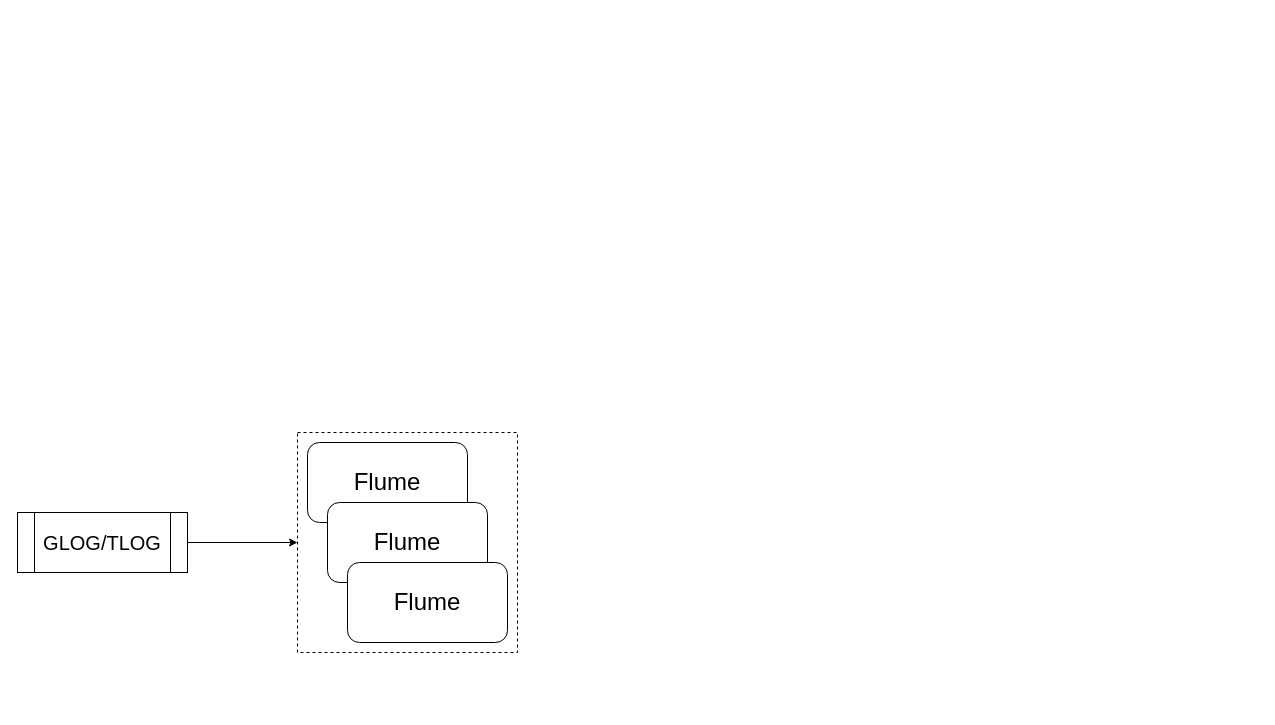
This is map/Real-Time-Data-Split.drawio from imperio-wxm/draw, a draw.io file, before an edit. Source tidied: cells renumbered, new cells numbered last; positions are measured from the earlier drawing's top-left corner, leaving out a move shared by most shapes. Both pictures are drawn from the tidied source at 100%, with x=0, y=0 at pixel (17, 432).
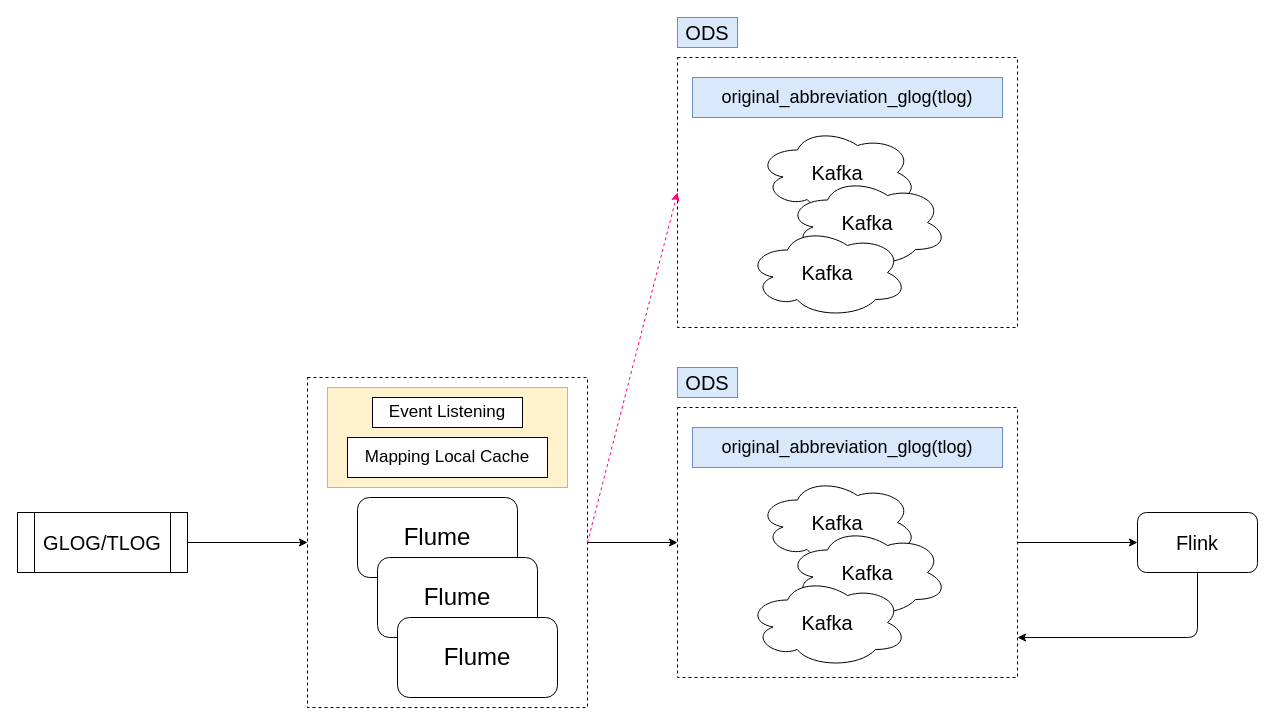
The same page after the edit.

The edit, as a diff of the source:
```diff
@@
-    <mxCell id="2" style="group;" parent="1" vertex="1">
-      <mxGeometry x="280" width="220" height="220" as="geometry" />
-    </mxCell>
+    <mxCell id="6" style="rounded=0;whiteSpace=wrap;html=1;fillColor=none;dashed=1;" parent="1" vertex="1">
+      <mxGeometry x="290" y="-55" width="280" height="330" as="geometry" />
+    </mxCell>
+    <mxCell id="7" value="&lt;font style=&quot;font-size: 20px&quot;&gt;GLOG/TLOG&lt;/font&gt;" style="shape=process;whiteSpace=wrap;html=1;backgroundOutline=1;fillColor=#ffffff;" parent="1" vertex="1">
+      <mxGeometry y="80" width="170" height="60" as="geometry" />
+    </mxCell>
+    <mxCell id="8" style="endArrow=classic;html=1;exitX=1;exitY=0.5;exitDx=0;exitDy=0;entryX=0;entryY=0.5;entryDx=0;entryDy=0;" parent="1" edge="1" source="7" target="6">
+      <mxGeometry relative="1" as="geometry" />
+    </mxCell>
+    <mxCell id="9" style="group;" parent="1" vertex="1">
+      <mxGeometry x="310" y="-45" width="240" height="100" as="geometry" />
+    </mxCell>
+    <mxCell id="10" style="text;html=1;strokeColor=#d6b656;fillColor=#fff2cc;align=center;verticalAlign=middle;whiteSpace=wrap;rounded=0;" parent="9" vertex="1">
+      <mxGeometry width="240" height="100" as="geometry" />
+    </mxCell>
+    <mxCell id="11" value="&lt;font style=&quot;font-size: 17px&quot;&gt;&lt;span style=&quot;font-family: &amp;#34;microsoft yahei&amp;#34; , &amp;#34;arial&amp;#34; , &amp;#34;helvetica&amp;#34; , sans-serif ; text-align: left ; background-color: rgb(255 , 255 , 255)&quot;&gt;Event L&lt;/span&gt;&lt;span style=&quot;font-family: &amp;#34;microsoft yahei&amp;#34; , &amp;#34;arial&amp;#34; , &amp;#34;helvetica&amp;#34; , sans-serif ; text-align: left ; background-color: rgb(255 , 255 , 255)&quot;&gt;istening&lt;/span&gt;&lt;/font&gt;" style="rounded=0;whiteSpace=wrap;html=1;" parent="9" vertex="1">
+      <mxGeometry x="45" y="10" width="150" height="30" as="geometry" />
+    </mxCell>
+    <mxCell id="12" value="&lt;div style=&quot;text-align: left&quot;&gt;&lt;font face=&quot;microsoft yahei, arial, helvetica, sans-serif&quot; size=&quot;1&quot;&gt;&lt;span style=&quot;background-color: rgb(255 , 255 , 255) ; font-size: 17px&quot;&gt;Mapping Local Cache&lt;/span&gt;&lt;/font&gt;&lt;/div&gt;" style="rounded=0;whiteSpace=wrap;html=1;" parent="9" vertex="1">
+      <mxGeometry x="20" y="50" width="200" height="40" as="geometry" />
+    </mxCell>
-    <mxCell id="3" value="&lt;font style=&quot;font-size: 24px&quot;&gt;Flume&lt;/font&gt;" style="rounded=1;whiteSpace=wrap;html=1;" parent="2" vertex="1">
-      <mxGeometry x="10" y="10" width="160" height="80" as="geometry" />
+    <mxCell id="3" value="&lt;font style=&quot;font-size: 24px&quot;&gt;Flume&lt;/font&gt;" style="rounded=1;whiteSpace=wrap;html=1;" parent="1" vertex="1">
+      <mxGeometry x="340" y="65" width="160" height="80" as="geometry" />
     </mxCell>
-    <mxCell id="4" value="&lt;font style=&quot;font-size: 24px&quot;&gt;Flume&lt;/font&gt;" style="rounded=1;whiteSpace=wrap;html=1;" parent="2" vertex="1">
-      <mxGeometry x="30" y="70" width="160" height="80" as="geometry" />
+    <mxCell id="4" value="&lt;font style=&quot;font-size: 24px&quot;&gt;Flume&lt;/font&gt;" style="rounded=1;whiteSpace=wrap;html=1;" parent="1" vertex="1">
+      <mxGeometry x="360" y="125" width="160" height="80" as="geometry" />
     </mxCell>
-    <mxCell id="5" value="&lt;font style=&quot;font-size: 24px&quot;&gt;Flume&lt;/font&gt;" style="rounded=1;whiteSpace=wrap;html=1;" parent="2" vertex="1">
-      <mxGeometry x="50" y="130" width="160" height="80" as="geometry" />
+    <mxCell id="5" value="&lt;font style=&quot;font-size: 24px&quot;&gt;Flume&lt;/font&gt;" style="rounded=1;whiteSpace=wrap;html=1;" parent="1" vertex="1">
+      <mxGeometry x="380" y="185" width="160" height="80" as="geometry" />
     </mxCell>
-    <mxCell id="6" style="rounded=0;whiteSpace=wrap;html=1;fillColor=none;dashed=1;" parent="2" vertex="1">
-      <mxGeometry width="220" height="220" as="geometry" />
-    </mxCell>
-    <mxCell id="7" value="&lt;font style=&quot;font-size: 20px&quot;&gt;GLOG/TLOG&lt;/font&gt;" style="shape=process;whiteSpace=wrap;html=1;backgroundOutline=1;fillColor=#ffffff;" parent="1" vertex="1">
-      <mxGeometry y="80" width="170" height="60" as="geometry" />
-    </mxCell>
-    <mxCell id="8" style="endArrow=classic;html=1;exitX=1;exitY=0.5;exitDx=0;exitDy=0;entryX=0;entryY=0.5;entryDx=0;entryDy=0;" parent="1" edge="1" source="7" target="6">
-      <mxGeometry relative="1" as="geometry" />
-    </mxCell>
+    <mxCell id="13" style="group;" parent="1" vertex="1">
+      <mxGeometry x="660" y="-25" width="340" height="270" as="geometry" />
+    </mxCell>
+    <mxCell id="14" style="group;" parent="13" vertex="1">
+      <mxGeometry x="70" y="70" width="200" height="190" as="geometry" />
+    </mxCell>
+    <mxCell id="15" value="&lt;font style=&quot;font-size: 20px&quot;&gt;Kafka&lt;/font&gt;" style="ellipse;shape=cloud;whiteSpace=wrap;html=1;" parent="14" vertex="1">
+      <mxGeometry x="10" width="160" height="90" as="geometry" />
+    </mxCell>
+    <mxCell id="16" value="&lt;font style=&quot;font-size: 20px&quot;&gt;Kafka&lt;/font&gt;" style="ellipse;shape=cloud;whiteSpace=wrap;html=1;" parent="14" vertex="1">
+      <mxGeometry x="40" y="50" width="160" height="90" as="geometry" />
+    </mxCell>
+    <mxCell id="17" value="&lt;font style=&quot;font-size: 20px&quot;&gt;Kafka&lt;/font&gt;" style="ellipse;shape=cloud;whiteSpace=wrap;html=1;" parent="14" vertex="1">
+      <mxGeometry y="100" width="160" height="90" as="geometry" />
+    </mxCell>
+    <mxCell id="18" value="&lt;font style=&quot;font-size: 18px&quot;&gt;original_abbreviation_glog(tlog)&lt;/font&gt;" style="text;html=1;strokeColor=#6c8ebf;fillColor=#dae8fc;align=center;verticalAlign=middle;whiteSpace=wrap;rounded=0;" parent="13" vertex="1">
+      <mxGeometry x="15" y="20" width="310" height="40" as="geometry" />
+    </mxCell>
+    <mxCell id="19" style="rounded=0;whiteSpace=wrap;html=1;fillColor=none;dashed=1;" parent="13" vertex="1">
+      <mxGeometry width="340" height="270" as="geometry" />
+    </mxCell>
+    <mxCell id="20" style="endArrow=classic;html=1;exitX=1;exitY=0.5;exitDx=0;exitDy=0;entryX=0;entryY=0.5;entryDx=0;entryDy=0;" parent="1" edge="1" source="6" target="19">
+      <mxGeometry relative="1" as="geometry" />
+    </mxCell>
+    <mxCell id="21" value="&lt;font style=&quot;font-size: 20px&quot;&gt;ODS&lt;/font&gt;" style="text;html=1;strokeColor=#6c8ebf;fillColor=#dae8fc;align=center;verticalAlign=middle;whiteSpace=wrap;rounded=0;" parent="1" vertex="1">
+      <mxGeometry x="660" y="-65" width="60" height="30" as="geometry" />
+    </mxCell>
+    <mxCell id="22" value="&lt;font style=&quot;font-size: 20px&quot;&gt;Flink&lt;/font&gt;" style="rounded=1;whiteSpace=wrap;html=1;" parent="1" vertex="1">
+      <mxGeometry x="1120" y="80" width="120" height="60" as="geometry" />
+    </mxCell>
+    <mxCell id="23" style="endArrow=classic;html=1;exitX=1;exitY=0.5;exitDx=0;exitDy=0;entryX=0;entryY=0.5;entryDx=0;entryDy=0;" parent="1" edge="1" source="19" target="22">
+      <mxGeometry relative="1" as="geometry" />
+    </mxCell>
+    <mxCell id="24" style="edgeStyle=segmentEdgeStyle;endArrow=classic;html=1;exitX=0.5;exitY=1;exitDx=0;exitDy=0;entryX=1;entryY=0.852;entryDx=0;entryDy=0;entryPerimeter=0;" parent="1" edge="1" source="22" target="19">
+      <mxGeometry relative="1" as="geometry">
+        <Array as="points">
+          <mxPoint x="1180" y="205" />
+        </Array>
+      </mxGeometry>
+    </mxCell>
+    <mxCell id="25" value="&lt;font style=&quot;font-size: 20px&quot;&gt;ODS&lt;/font&gt;" style="text;html=1;strokeColor=#6c8ebf;fillColor=#dae8fc;align=center;verticalAlign=middle;whiteSpace=wrap;rounded=0;" parent="1" vertex="1">
+      <mxGeometry x="660" y="-415" width="60" height="30" as="geometry" />
+    </mxCell>
+    <mxCell id="26" style="group;" parent="1" vertex="1">
+      <mxGeometry x="730" y="-305" width="200" height="190" as="geometry" />
+    </mxCell>
+    <mxCell id="27" value="&lt;font style=&quot;font-size: 20px&quot;&gt;Kafka&lt;/font&gt;" style="ellipse;shape=cloud;whiteSpace=wrap;html=1;" parent="26" vertex="1">
+      <mxGeometry x="10" width="160" height="90" as="geometry" />
+    </mxCell>
+    <mxCell id="28" value="&lt;font style=&quot;font-size: 20px&quot;&gt;Kafka&lt;/font&gt;" style="ellipse;shape=cloud;whiteSpace=wrap;html=1;" parent="26" vertex="1">
+      <mxGeometry x="40" y="50" width="160" height="90" as="geometry" />
+    </mxCell>
+    <mxCell id="29" value="&lt;font style=&quot;font-size: 20px&quot;&gt;Kafka&lt;/font&gt;" style="ellipse;shape=cloud;whiteSpace=wrap;html=1;" parent="26" vertex="1">
+      <mxGeometry y="100" width="160" height="90" as="geometry" />
+    </mxCell>
+    <mxCell id="30" value="&lt;font style=&quot;font-size: 18px&quot;&gt;original_abbreviation_glog(tlog)&lt;/font&gt;" style="text;html=1;strokeColor=#6c8ebf;fillColor=#dae8fc;align=center;verticalAlign=middle;whiteSpace=wrap;rounded=0;" parent="1" vertex="1">
+      <mxGeometry x="675" y="-355" width="310" height="40" as="geometry" />
+    </mxCell>
+    <mxCell id="31" style="rounded=0;whiteSpace=wrap;html=1;fillColor=none;dashed=1;" parent="1" vertex="1">
+      <mxGeometry x="660" y="-375" width="340" height="270" as="geometry" />
+    </mxCell>
+    <mxCell id="32" style="endArrow=classic;html=1;exitX=1;exitY=0.5;exitDx=0;exitDy=0;entryX=0;entryY=0.5;entryDx=0;entryDy=0;strokeColor=#FF0080;dashed=1;" parent="1" edge="1" source="6" target="31">
+      <mxGeometry relative="1" as="geometry" />
+    </mxCell>
```
